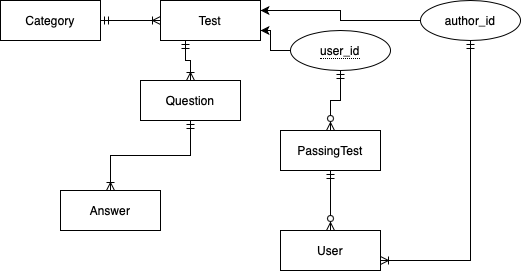
This is public/TestGuru.png from HabiFan/TestGuru, a draw.io export, as it was before one commit. Source tidied: cells renumbered, new cells last; positions are measured from the earlier drawing's top-left corner, leaving out a move shared by most shapes. Source of this version:
```xml
<mxGraphModel background="#ffffff">
  <root>
    <mxCell id="0" />
    <mxCell id="1" parent="0" />
    <mxCell id="2" style="edgeStyle=orthogonalEdgeStyle;rounded=0;jettySize=auto;html=1;startArrow=ERmandOne;startFill=0;endArrow=ERoneToMany;endFill=0;entryX=0;entryY=0.5;entryDx=0;entryDy=0;" parent="1" edge="1" source="3" target="13">
      <mxGeometry relative="1" as="geometry" />
    </mxCell>
    <mxCell id="3" value="Category" style="whiteSpace=wrap;html=1;align=center;" parent="1" vertex="1">
      <mxGeometry width="100" height="40" as="geometry" />
    </mxCell>
    <mxCell id="4" value="User" style="whiteSpace=wrap;html=1;align=center;" parent="1" vertex="1">
      <mxGeometry x="280" y="230" width="100" height="40" as="geometry" />
    </mxCell>
    <mxCell id="5" style="edgeStyle=orthogonalEdgeStyle;rounded=0;jettySize=auto;html=1;startArrow=ERmandOne;startFill=0;endArrow=ERoneToMany;endFill=0;" parent="1" edge="1" source="6" target="7">
      <mxGeometry relative="1" as="geometry" />
    </mxCell>
    <mxCell id="6" value="Question" style="whiteSpace=wrap;html=1;align=center;" parent="1" vertex="1">
      <mxGeometry x="140" y="80" width="100" height="40" as="geometry" />
    </mxCell>
    <mxCell id="7" value="Answer" style="whiteSpace=wrap;html=1;align=center;" parent="1" vertex="1">
      <mxGeometry x="60" y="190" width="100" height="40" as="geometry" />
    </mxCell>
    <mxCell id="8" style="edgeStyle=orthogonalEdgeStyle;rounded=0;jettySize=auto;html=1;startArrow=ERmandOne;startFill=0;endArrow=ERzeroToMany;endFill=1;" parent="1" edge="1" source="9" target="4">
      <mxGeometry relative="1" as="geometry" />
    </mxCell>
    <mxCell id="9" value="PassingTest" style="whiteSpace=wrap;html=1;align=center;" parent="1" vertex="1">
      <mxGeometry x="280" y="130" width="100" height="40" as="geometry" />
    </mxCell>
    <mxCell id="10" style="edgeStyle=orthogonalEdgeStyle;rounded=0;jettySize=auto;html=1;exitX=0;exitY=0.5;exitDx=0;exitDy=0;entryX=1;entryY=0.25;entryDx=0;entryDy=0;" parent="1" edge="1" source="16" target="13">
      <mxGeometry relative="1" as="geometry" />
    </mxCell>
    <mxCell id="11" style="edgeStyle=orthogonalEdgeStyle;rounded=0;jettySize=auto;html=1;startArrow=ERmandOne;startFill=0;endArrow=ERoneToMany;endFill=0;exitX=0.25;exitY=1;exitDx=0;exitDy=0;" parent="1" edge="1" source="13" target="6">
      <mxGeometry relative="1" as="geometry" />
    </mxCell>
    <mxCell id="12" style="edgeStyle=orthogonalEdgeStyle;rounded=0;jettySize=auto;html=1;startArrow=ERmandOne;startFill=0;endArrow=ERzeroToMany;endFill=1;entryX=0.5;entryY=0;entryDx=0;entryDy=0;exitX=0.5;exitY=1;exitDx=0;exitDy=0;" parent="1" edge="1" source="15" target="9">
      <mxGeometry relative="1" as="geometry" />
    </mxCell>
    <mxCell id="13" value="Test" style="whiteSpace=wrap;html=1;align=center;" parent="1" vertex="1">
      <mxGeometry x="160" width="100" height="40" as="geometry" />
    </mxCell>
    <mxCell id="14" style="edgeStyle=orthogonalEdgeStyle;rounded=0;jettySize=auto;html=1;" parent="1" edge="1" source="15">
      <mxGeometry relative="1" as="geometry">
        <mxPoint x="260" y="30" as="targetPoint" />
      </mxGeometry>
    </mxCell>
    <mxCell id="15" value="&lt;span style=&quot;border-bottom: 1px dotted&quot;&gt;user_id&lt;/span&gt;" style="ellipse;whiteSpace=wrap;html=1;align=center;" parent="1" vertex="1">
      <mxGeometry x="290" y="30" width="100" height="40" as="geometry" />
    </mxCell>
    <mxCell id="16" value="author_id" style="ellipse;whiteSpace=wrap;html=1;align=center;" parent="1" vertex="1">
      <mxGeometry x="420" width="100" height="40" as="geometry" />
    </mxCell>
    <mxCell id="17" style="edgeStyle=orthogonalEdgeStyle;rounded=0;jettySize=auto;html=1;startArrow=ERmandOne;startFill=0;endArrow=ERoneToMany;endFill=0;entryX=1;entryY=0.75;entryDx=0;entryDy=0;exitX=0.5;exitY=1;exitDx=0;exitDy=0;" parent="1" edge="1" source="16" target="4">
      <mxGeometry relative="1" as="geometry" />
    </mxCell>
  </root>
</mxGraphModel>
```
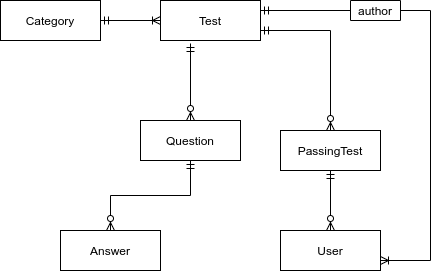
After the commit.

The edit, as a diff of the source:
```diff
@@ -11,14 +11,14 @@
     <mxCell id="4" value="User" style="whiteSpace=wrap;html=1;align=center;" parent="1" vertex="1">
       <mxGeometry x="280" y="230" width="100" height="40" as="geometry" />
     </mxCell>
-    <mxCell id="5" style="edgeStyle=orthogonalEdgeStyle;rounded=0;jettySize=auto;html=1;startArrow=ERmandOne;startFill=0;endArrow=ERoneToMany;endFill=0;" parent="1" edge="1" source="6" target="7">
+    <mxCell id="5" style="edgeStyle=orthogonalEdgeStyle;rounded=0;jettySize=auto;html=1;startArrow=ERmandOne;startFill=0;endArrow=ERzeroToMany;endFill=1;" parent="1" edge="1" source="6" target="7">
       <mxGeometry relative="1" as="geometry" />
     </mxCell>
     <mxCell id="6" value="Question" style="whiteSpace=wrap;html=1;align=center;" parent="1" vertex="1">
-      <mxGeometry x="140" y="80" width="100" height="40" as="geometry" />
+      <mxGeometry x="140" y="120" width="100" height="40" as="geometry" />
     </mxCell>
     <mxCell id="7" value="Answer" style="whiteSpace=wrap;html=1;align=center;" parent="1" vertex="1">
-      <mxGeometry x="60" y="190" width="100" height="40" as="geometry" />
+      <mxGeometry x="60" y="230" width="100" height="40" as="geometry" />
     </mxCell>
     <mxCell id="8" style="edgeStyle=orthogonalEdgeStyle;rounded=0;jettySize=auto;html=1;startArrow=ERmandOne;startFill=0;endArrow=ERzeroToMany;endFill=1;" parent="1" edge="1" source="9" target="4">
       <mxGeometry relative="1" as="geometry" />
@@ -26,31 +26,30 @@
     <mxCell id="9" value="PassingTest" style="whiteSpace=wrap;html=1;align=center;" parent="1" vertex="1">
       <mxGeometry x="280" y="130" width="100" height="40" as="geometry" />
     </mxCell>
-    <mxCell id="10" style="edgeStyle=orthogonalEdgeStyle;rounded=0;jettySize=auto;html=1;exitX=0;exitY=0.5;exitDx=0;exitDy=0;entryX=1;entryY=0.25;entryDx=0;entryDy=0;" parent="1" edge="1" source="16" target="13">
-      <mxGeometry relative="1" as="geometry" />
-    </mxCell>
-    <mxCell id="11" style="edgeStyle=orthogonalEdgeStyle;rounded=0;jettySize=auto;html=1;startArrow=ERmandOne;startFill=0;endArrow=ERoneToMany;endFill=0;exitX=0.25;exitY=1;exitDx=0;exitDy=0;" parent="1" edge="1" source="13" target="6">
-      <mxGeometry relative="1" as="geometry" />
+    <mxCell id="11" style="edgeStyle=orthogonalEdgeStyle;rounded=0;jettySize=auto;html=1;startArrow=ERmandOne;startFill=0;endArrow=ERzeroToMany;endFill=1;" parent="1" edge="1" target="6">
+      <mxGeometry relative="1" as="geometry">
+        <mxPoint x="190" y="43" as="sourcePoint" />
+      </mxGeometry>
     </mxCell>
-    <mxCell id="12" style="edgeStyle=orthogonalEdgeStyle;rounded=0;jettySize=auto;html=1;startArrow=ERmandOne;startFill=0;endArrow=ERzeroToMany;endFill=1;entryX=0.5;entryY=0;entryDx=0;entryDy=0;exitX=0.5;exitY=1;exitDx=0;exitDy=0;" parent="1" edge="1" source="15" target="9">
+    <mxCell id="12" style="edgeStyle=orthogonalEdgeStyle;rounded=0;jettySize=auto;html=1;startArrow=ERmandOne;startFill=0;endArrow=ERzeroToMany;endFill=1;entryX=0.5;entryY=0;entryDx=0;entryDy=0;exitX=1;exitY=0.75;exitDx=0;exitDy=0;" parent="1" edge="1" source="13" target="9">
       <mxGeometry relative="1" as="geometry" />
     </mxCell>
     <mxCell id="13" value="Test" style="whiteSpace=wrap;html=1;align=center;" parent="1" vertex="1">
       <mxGeometry x="160" width="100" height="40" as="geometry" />
     </mxCell>
-    <mxCell id="14" style="edgeStyle=orthogonalEdgeStyle;rounded=0;jettySize=auto;html=1;" parent="1" edge="1" source="15">
-      <mxGeometry relative="1" as="geometry">
-        <mxPoint x="260" y="30" as="targetPoint" />
-      </mxGeometry>
-    </mxCell>
-    <mxCell id="15" value="&lt;span style=&quot;border-bottom: 1px dotted&quot;&gt;user_id&lt;/span&gt;" style="ellipse;whiteSpace=wrap;html=1;align=center;" parent="1" vertex="1">
-      <mxGeometry x="290" y="30" width="100" height="40" as="geometry" />
-    </mxCell>
-    <mxCell id="16" value="author_id" style="ellipse;whiteSpace=wrap;html=1;align=center;" parent="1" vertex="1">
-      <mxGeometry x="420" width="100" height="40" as="geometry" />
-    </mxCell>
-    <mxCell id="17" style="edgeStyle=orthogonalEdgeStyle;rounded=0;jettySize=auto;html=1;startArrow=ERmandOne;startFill=0;endArrow=ERoneToMany;endFill=0;entryX=1;entryY=0.75;entryDx=0;entryDy=0;exitX=0.5;exitY=1;exitDx=0;exitDy=0;" parent="1" edge="1" source="16" target="4">
-      <mxGeometry relative="1" as="geometry" />
+    <mxCell id="17" style="edgeStyle=orthogonalEdgeStyle;rounded=0;jettySize=auto;html=1;startArrow=none;startFill=0;endArrow=ERoneToMany;endFill=0;entryX=1;entryY=0.75;entryDx=0;entryDy=0;exitX=1;exitY=0.25;exitDx=0;exitDy=0;" parent="1" edge="1" source="18" target="4">
+      <mxGeometry relative="1" as="geometry">
+        <Array as="points">
+          <mxPoint x="430" y="10" />
+          <mxPoint x="430" y="260" />
+        </Array>
+      </mxGeometry>
     </mxCell>
+    <mxCell id="18" value="author" style="whiteSpace=wrap;html=1;align=center;direction=west;" parent="1" vertex="1">
+      <mxGeometry x="350" width="50" height="20" as="geometry" />
+    </mxCell>
+    <mxCell id="19" style="edgeStyle=orthogonalEdgeStyle;rounded=0;jettySize=auto;html=1;startArrow=ERmandOne;startFill=0;endArrow=none;endFill=0;entryX=1;entryY=0.5;entryDx=0;entryDy=0;exitX=1;exitY=0.25;exitDx=0;exitDy=0;" parent="1" edge="1" source="13" target="18">
+      <mxGeometry relative="1" as="geometry" />
+    </mxCell>
   </root>
 </mxGraphModel>
```
